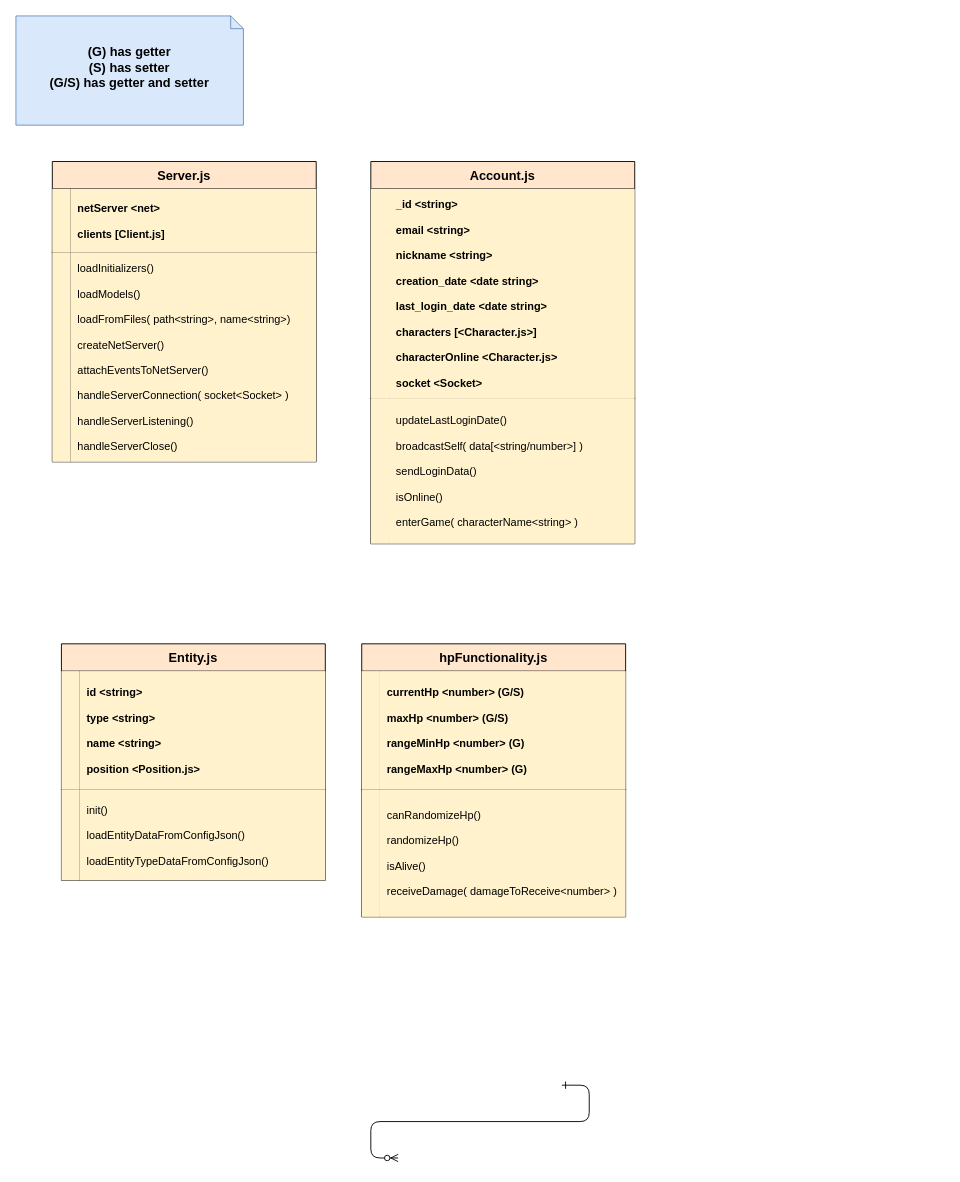
The draw.io diagram documentation/Untitled Diagram.drawio in TresComaCatorce/MMORPG, before the edit. Source tidied: cells renumbered, new cells numbered last; positions are measured from the earlier drawing's top-left corner, leaving out a move shared by most shapes. Both pictures are drawn from the tidied source at 91%, with x=0, y=0 at pixel (15, 15).
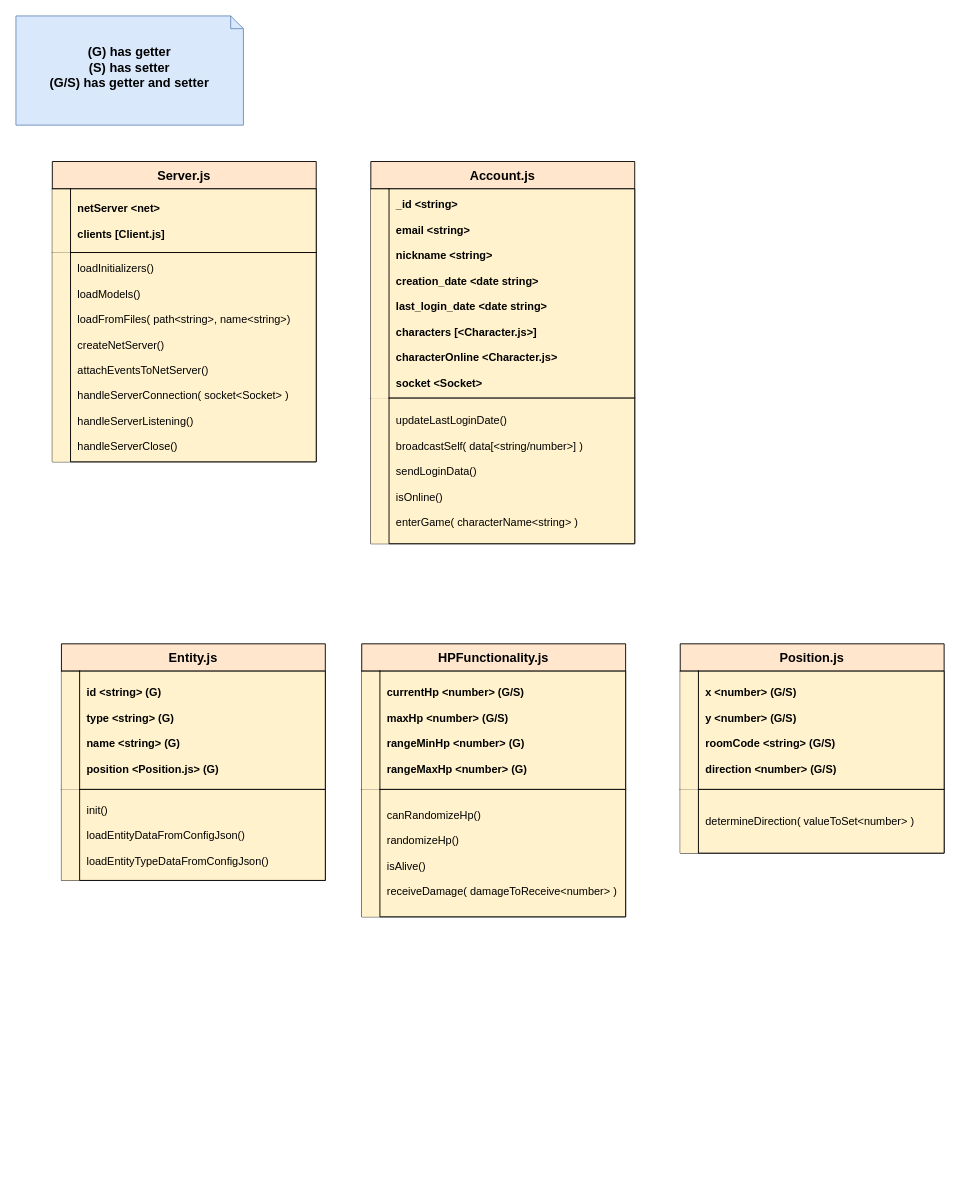
After the change.

The change refers to these unchanged cells:
```xml
<mxCell id="5" style="shape=partialRectangle;fillColor=none;top=0;left=0;right=0;bottom=1;" parent="4" vertex="1">
  <mxGeometry y="30" width="290" height="230" as="geometry" />
</mxCell>
<mxCell id="8" style="shape=partialRectangle;fillColor=none;top=0;left=0;right=0;bottom=0;" parent="4" vertex="1">
  <mxGeometry y="260" width="290" height="160" as="geometry" />
</mxCell>
<mxCell id="12" style="shape=partialRectangle;fillColor=none;top=0;left=0;right=0;bottom=1;" parent="11" vertex="1">
  <mxGeometry y="30" width="290" height="70" as="geometry" />
</mxCell>
<mxCell id="15" style="shape=partialRectangle;fillColor=none;top=0;left=0;right=0;bottom=0;" parent="11" vertex="1">
  <mxGeometry y="100" width="290" height="230" as="geometry" />
</mxCell>
<mxCell id="19" style="shape=partialRectangle;fillColor=none;top=0;left=0;right=0;bottom=1;" parent="18" vertex="1">
  <mxGeometry y="30" width="290" height="130" as="geometry" />
</mxCell>
<mxCell id="22" style="shape=partialRectangle;fillColor=none;top=0;left=0;right=0;bottom=0;" parent="18" vertex="1">
  <mxGeometry y="160" width="290" height="100" as="geometry" />
</mxCell>
<mxCell id="26" style="shape=partialRectangle;fillColor=none;top=0;left=0;right=0;bottom=1;" parent="25" vertex="1">
  <mxGeometry y="30" width="290" height="130" as="geometry" />
</mxCell>
<mxCell id="29" style="shape=partialRectangle;fillColor=none;top=0;left=0;right=0;bottom=0;" parent="25" vertex="1">
  <mxGeometry y="160" width="290" height="140" as="geometry" />
</mxCell>
```

Change to the diagram source:
```diff
@@
-    <mxCell id="2" style="edgeStyle=entityRelationEdgeStyle;endArrow=ERzeroToMany;startArrow=ERone;endFill=1;startFill=0;" parent="1" edge="1">
-      <mxGeometry relative="1" as="geometry">
-        <mxPoint x="600" y="1175" as="sourcePoint" />
-        <mxPoint x="420" y="1255" as="targetPoint" />
-      </mxGeometry>
-    </mxCell>
-    <mxCell id="3" value="(G) has getter&lt;br&gt;(S) has setter&lt;br&gt;(G/S) has getter and setter" style="shape=note;whiteSpace=wrap;html=1;size=14;verticalAlign=middle;align=center;spacingTop=-6;strokeColor=#6c8ebf;fillColor=#dae8fc;fontSize=14;fontStyle=1;" parent="1" vertex="1">
+    <mxCell id="3" value="(G) has getter&lt;br&gt;(S) has setter&lt;br&gt;(G/S) has getter and setter" style="shape=note;whiteSpace=wrap;html=1;size=14;verticalAlign=middle;align=center;spacingTop=-6;strokeColor=#6c8ebf;fillColor=#dae8fc;fontSize=14;fontStyle=1;fontColor=#000000;" parent="1" vertex="1">
       <mxGeometry width="250" height="120" as="geometry" />
     </mxCell>
-    <mxCell id="4" value="Account.js" style="shape=table;startSize=30;childLayout=tableLayout;rowLines=0;fontStyle=1;align=center;fillColor=#ffe6cc;fontSize=14;" parent="1" vertex="1">
+    <mxCell id="4" value="Account.js" style="shape=table;startSize=30;childLayout=tableLayout;rowLines=0;fontStyle=1;align=center;fillColor=#ffe6cc;fontSize=14;fontColor=#000000;strokeColor=#000000;" parent="1" vertex="1">
       <mxGeometry x="390" y="160" width="290" height="420" as="geometry" />
     </mxCell>
@@
-    <mxCell id="6" style="shape=partialRectangle;overflow=hidden;fillColor=#fff2cc;top=0;left=0;bottom=0;right=0;fontStyle=1;" parent="5" vertex="1">
+    <mxCell id="6" style="shape=partialRectangle;overflow=hidden;fillColor=#fff2cc;top=1;left=0;bottom=0;right=0;fontStyle=1;strokeColor=#000000;" parent="5" vertex="1">
       <mxGeometry width="20" height="230" as="geometry" />
     </mxCell>
-    <mxCell id="7" value="_id &lt;string&gt;&#10;&#10;email &lt;string&gt;&#10;&#10;nickname &lt;string&gt;&#10;&#10;creation_date &lt;date string&gt;&#10;&#10;last_login_date &lt;date string&gt;&#10;&#10;characters [&lt;Character.js&gt;]&#10;&#10;characterOnline &lt;Character.js&gt;&#10;&#10;socket &lt;Socket&gt;" style="shape=partialRectangle;overflow=hidden;fillColor=#fff2cc;top=0;left=0;bottom=0;right=0;align=left;spacingLeft=6;fontStyle=1;" parent="5" vertex="1">
+    <mxCell id="7" value="_id &lt;string&gt;&#10;&#10;email &lt;string&gt;&#10;&#10;nickname &lt;string&gt;&#10;&#10;creation_date &lt;date string&gt;&#10;&#10;last_login_date &lt;date string&gt;&#10;&#10;characters [&lt;Character.js&gt;]&#10;&#10;characterOnline &lt;Character.js&gt;&#10;&#10;socket &lt;Socket&gt;" style="shape=partialRectangle;overflow=hidden;fillColor=#fff2cc;top=1;left=1;bottom=1;right=1;align=left;spacingLeft=6;fontStyle=1;fontColor=#000000;strokeColor=#000000;" parent="5" vertex="1">
       <mxGeometry x="20" width="270" height="230" as="geometry" />
     </mxCell>
@@
-    <mxCell id="10" value="updateLastLoginDate()&#10;&#10;broadcastSelf( data[&lt;string/number&gt;] )&#10;&#10;sendLoginData()&#10;&#10;isOnline()&#10;&#10;enterGame( characterName&lt;string&gt; )" style="shape=partialRectangle;overflow=hidden;fillColor=#fff2cc;top=0;left=0;bottom=0;right=0;align=left;spacingLeft=6;" parent="8" vertex="1">
+    <mxCell id="10" value="updateLastLoginDate()&#10;&#10;broadcastSelf( data[&lt;string/number&gt;] )&#10;&#10;sendLoginData()&#10;&#10;isOnline()&#10;&#10;enterGame( characterName&lt;string&gt; )" style="shape=partialRectangle;overflow=hidden;fillColor=#fff2cc;top=1;left=1;bottom=1;right=1;align=left;spacingLeft=6;fontColor=#000000;strokeColor=#000000;" parent="8" vertex="1">
       <mxGeometry x="20" width="270" height="160" as="geometry" />
     </mxCell>
-    <mxCell id="11" value="Server.js" style="shape=table;startSize=30;childLayout=tableLayout;rowLines=0;fontStyle=1;align=center;fillColor=#ffe6cc;fontSize=14;" parent="1" vertex="1">
+    <mxCell id="11" value="Server.js" style="shape=table;startSize=30;childLayout=tableLayout;rowLines=0;fontStyle=1;align=center;fillColor=#ffe6cc;fontSize=14;fontColor=#000000;strokeColor=#000000;" parent="1" vertex="1">
       <mxGeometry x="40" y="160" width="290" height="330" as="geometry" />
     </mxCell>
@@
-    <mxCell id="13" style="shape=partialRectangle;overflow=hidden;fillColor=#fff2cc;top=0;left=0;bottom=0;right=0;fontStyle=1;" parent="12" vertex="1">
+    <mxCell id="13" style="shape=partialRectangle;overflow=hidden;fillColor=#fff2cc;top=1;left=0;bottom=0;right=0;fontStyle=1;strokeColor=#000000;" parent="12" vertex="1">
       <mxGeometry width="20" height="70" as="geometry" />
     </mxCell>
-    <mxCell id="14" value="netServer &lt;net&gt;&#10;&#10;clients [Client.js]" style="shape=partialRectangle;overflow=hidden;fillColor=#fff2cc;top=0;left=0;bottom=0;right=0;align=left;spacingLeft=6;fontStyle=1;" parent="12" vertex="1">
+    <mxCell id="14" value="netServer &lt;net&gt;&#10;&#10;clients [Client.js]" style="shape=partialRectangle;overflow=hidden;fillColor=#fff2cc;top=1;left=1;bottom=1;right=1;align=left;spacingLeft=6;fontStyle=1;fontColor=#000000;strokeColor=#000000;" parent="12" vertex="1">
       <mxGeometry x="20" width="270" height="70" as="geometry" />
     </mxCell>
@@
-    <mxCell id="17" value="loadInitializers()&#10;&#10;loadModels()&#10;&#10;loadFromFiles( path&lt;string&gt;, name&lt;string&gt;)&#10;&#10;createNetServer()&#10;&#10;attachEventsToNetServer()&#10;&#10;handleServerConnection( socket&lt;Socket&gt; )&#10;&#10;handleServerListening()&#10;&#10;handleServerClose()" style="shape=partialRectangle;overflow=hidden;fillColor=#fff2cc;top=0;left=0;bottom=0;right=0;align=left;spacingLeft=6;" parent="15" vertex="1">
+    <mxCell id="17" value="loadInitializers()&#10;&#10;loadModels()&#10;&#10;loadFromFiles( path&lt;string&gt;, name&lt;string&gt;)&#10;&#10;createNetServer()&#10;&#10;attachEventsToNetServer()&#10;&#10;handleServerConnection( socket&lt;Socket&gt; )&#10;&#10;handleServerListening()&#10;&#10;handleServerClose()" style="shape=partialRectangle;overflow=hidden;fillColor=#fff2cc;top=1;left=1;bottom=1;right=1;align=left;spacingLeft=6;fontColor=#000000;strokeColor=#000000;" parent="15" vertex="1">
       <mxGeometry x="20" width="270" height="230" as="geometry" />
     </mxCell>
-    <mxCell id="18" value="Entity.js" style="shape=table;startSize=30;childLayout=tableLayout;rowLines=0;fontStyle=1;align=center;fillColor=#ffe6cc;fontSize=14;" parent="1" vertex="1">
+    <mxCell id="18" value="Entity.js" style="shape=table;startSize=30;childLayout=tableLayout;rowLines=0;fontStyle=1;align=center;fillColor=#ffe6cc;fontSize=14;strokeColor=#000000;fontColor=#000000;" parent="1" vertex="1">
       <mxGeometry x="50" y="690" width="290" height="260" as="geometry" />
     </mxCell>
@@
-    <mxCell id="20" style="shape=partialRectangle;overflow=hidden;fillColor=#fff2cc;top=0;left=0;bottom=0;right=0;fontStyle=1;" parent="19" vertex="1">
+    <mxCell id="20" style="shape=partialRectangle;overflow=hidden;fillColor=#fff2cc;top=1;left=0;bottom=0;right=0;fontStyle=1;strokeColor=#000000;" parent="19" vertex="1">
       <mxGeometry width="20" height="130" as="geometry" />
     </mxCell>
-    <mxCell id="21" value="id &lt;string&gt;&#10;&#10;type &lt;string&gt;&#10;&#10;name &lt;string&gt;&#10;&#10;position &lt;Position.js&gt;" style="shape=partialRectangle;overflow=hidden;fillColor=#fff2cc;top=0;left=0;bottom=0;right=0;align=left;spacingLeft=6;fontStyle=1;" parent="19" vertex="1">
+    <mxCell id="21" value="id &lt;string&gt; (G)&#10;&#10;type &lt;string&gt; (G)&#10;&#10;name &lt;string&gt; (G)&#10;&#10;position &lt;Position.js&gt; (G)" style="shape=partialRectangle;overflow=hidden;fillColor=#fff2cc;top=1;left=1;bottom=1;right=1;align=left;spacingLeft=6;fontStyle=1;fontColor=#000000;strokeColor=#000000;" parent="19" vertex="1">
       <mxGeometry x="20" width="270" height="130" as="geometry" />
     </mxCell>
@@
-    <mxCell id="24" value="init()&#10;&#10;loadEntityDataFromConfigJson()&#10;&#10;loadEntityTypeDataFromConfigJson()" style="shape=partialRectangle;overflow=hidden;fillColor=#fff2cc;top=0;left=0;bottom=0;right=0;align=left;spacingLeft=6;" parent="22" vertex="1">
+    <mxCell id="24" value="init()&#10;&#10;loadEntityDataFromConfigJson()&#10;&#10;loadEntityTypeDataFromConfigJson()" style="shape=partialRectangle;overflow=hidden;fillColor=#fff2cc;top=1;left=1;bottom=1;right=1;align=left;spacingLeft=6;fontColor=#000000;strokeColor=#000000;" parent="22" vertex="1">
       <mxGeometry x="20" width="270" height="100" as="geometry" />
     </mxCell>
-    <mxCell id="25" value="hpFunctionality.js" style="shape=table;startSize=30;childLayout=tableLayout;rowLines=0;fontStyle=1;align=center;fillColor=#ffe6cc;fontSize=14;" parent="1" vertex="1">
+    <mxCell id="25" value="HPFunctionality.js" style="shape=table;startSize=30;childLayout=tableLayout;rowLines=0;fontStyle=1;align=center;fillColor=#ffe6cc;fontSize=14;strokeColor=#000000;fontColor=#000000;" parent="1" vertex="1">
       <mxGeometry x="380" y="690" width="290" height="300" as="geometry" />
     </mxCell>
@@
-    <mxCell id="27" style="shape=partialRectangle;overflow=hidden;fillColor=#fff2cc;top=0;left=0;bottom=0;right=0;fontStyle=1;" parent="26" vertex="1">
+    <mxCell id="27" style="shape=partialRectangle;overflow=hidden;fillColor=#fff2cc;top=1;left=0;bottom=0;right=0;fontStyle=1;strokeColor=#000000;" parent="26" vertex="1">
       <mxGeometry width="20" height="130" as="geometry" />
     </mxCell>
-    <mxCell id="28" value="currentHp &lt;number&gt; (G/S)&#10;&#10;maxHp &lt;number&gt; (G/S)&#10;&#10;rangeMinHp &lt;number&gt; (G)&#10;&#10;rangeMaxHp &lt;number&gt; (G)" style="shape=partialRectangle;overflow=hidden;fillColor=#fff2cc;top=0;left=0;bottom=0;right=0;align=left;spacingLeft=6;fontStyle=1;" parent="26" vertex="1">
+    <mxCell id="28" value="currentHp &lt;number&gt; (G/S)&#10;&#10;maxHp &lt;number&gt; (G/S)&#10;&#10;rangeMinHp &lt;number&gt; (G)&#10;&#10;rangeMaxHp &lt;number&gt; (G)" style="shape=partialRectangle;overflow=hidden;fillColor=#fff2cc;top=1;left=1;bottom=1;right=1;align=left;spacingLeft=6;fontStyle=1;fontColor=#000000;strokeColor=#000000;" parent="26" vertex="1">
       <mxGeometry x="20" width="270" height="130" as="geometry" />
     </mxCell>
@@
-    <mxCell id="31" value="canRandomizeHp()&#10;&#10;randomizeHp()&#10;&#10;isAlive()&#10;&#10;receiveDamage( damageToReceive&lt;number&gt; )" style="shape=partialRectangle;overflow=hidden;fillColor=#fff2cc;top=0;left=0;bottom=0;right=0;align=left;spacingLeft=6;" parent="29" vertex="1">
+    <mxCell id="31" value="canRandomizeHp()&#10;&#10;randomizeHp()&#10;&#10;isAlive()&#10;&#10;receiveDamage( damageToReceive&lt;number&gt; )" style="shape=partialRectangle;overflow=hidden;fillColor=#fff2cc;top=1;left=1;bottom=1;right=1;align=left;spacingLeft=6;fontColor=#000000;strokeColor=#000000;" parent="29" vertex="1">
       <mxGeometry x="20" width="270" height="140" as="geometry" />
     </mxCell>
+    <mxCell id="32" value="Position.js" style="shape=table;startSize=30;childLayout=tableLayout;rowLines=0;fontStyle=1;align=center;fillColor=#ffe6cc;fontSize=14;strokeColor=#000000;fontColor=#000000;" parent="1" vertex="1">
+      <mxGeometry x="730" y="690" width="290" height="230" as="geometry" />
+    </mxCell>
+    <mxCell id="33" style="shape=partialRectangle;fillColor=none;top=0;left=0;right=0;bottom=1;" parent="32" vertex="1">
+      <mxGeometry y="30" width="290" height="130" as="geometry" />
+    </mxCell>
+    <mxCell id="34" style="shape=partialRectangle;overflow=hidden;fillColor=#fff2cc;top=1;left=0;bottom=0;right=0;fontStyle=1;strokeColor=#000000;" parent="33" vertex="1">
+      <mxGeometry width="20" height="130" as="geometry" />
+    </mxCell>
+    <mxCell id="35" value="x &lt;number&gt; (G/S)&#10;&#10;y &lt;number&gt; (G/S)&#10;&#10;roomCode &lt;string&gt; (G/S)&#10;&#10;direction &lt;number&gt; (G/S)" style="shape=partialRectangle;overflow=hidden;fillColor=#fff2cc;top=1;left=1;bottom=1;right=1;align=left;spacingLeft=6;fontStyle=1;fontColor=#000000;strokeColor=#000000;" parent="33" vertex="1">
+      <mxGeometry x="20" width="270" height="130" as="geometry" />
+    </mxCell>
+    <mxCell id="36" style="shape=partialRectangle;fillColor=none;top=0;left=0;right=0;bottom=0;" parent="32" vertex="1">
+      <mxGeometry y="160" width="290" height="70" as="geometry" />
+    </mxCell>
+    <mxCell id="37" style="shape=partialRectangle;overflow=hidden;fillColor=#fff2cc;top=0;left=0;bottom=0;right=0;" parent="36" vertex="1">
+      <mxGeometry width="20" height="70" as="geometry" />
+    </mxCell>
+    <mxCell id="38" value="determineDirection( valueToSet&lt;number&gt; )" style="shape=partialRectangle;overflow=hidden;fillColor=#fff2cc;top=1;left=1;bottom=1;right=1;align=left;spacingLeft=6;fontColor=#000000;strokeColor=#000000;" parent="36" vertex="1">
+      <mxGeometry x="20" width="270" height="70" as="geometry" />
+    </mxCell>
```
